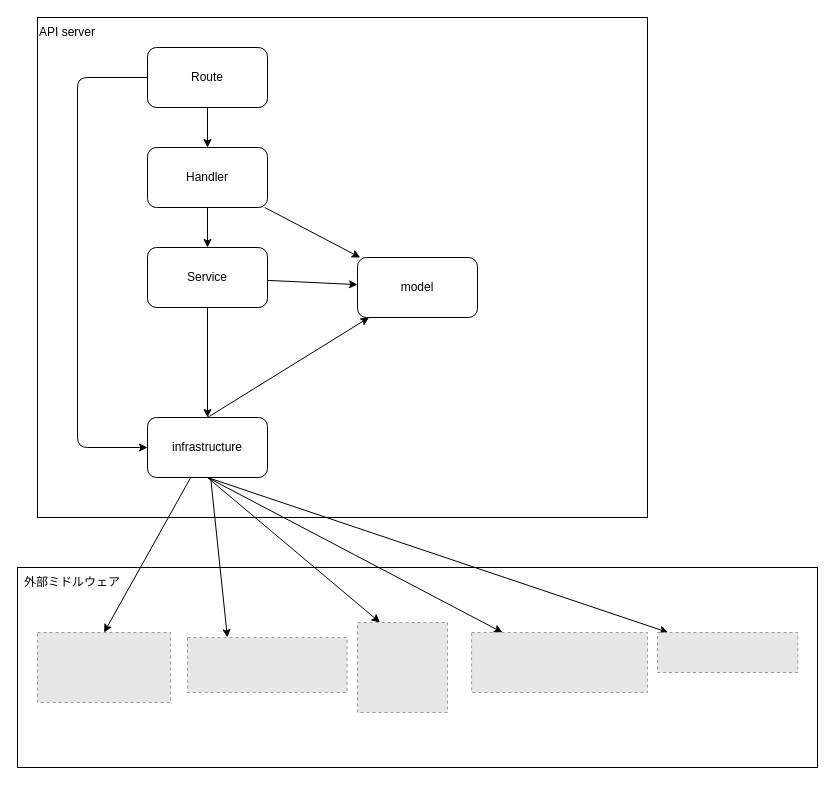
Earlier version of the draw.io diagram architecture.dio (takehanKosuke/go-gin-init-v2). Source tidied: cells renumbered, new cells numbered last; positions are measured from the earlier drawing's top-left corner, leaving out a move shared by most shapes. Both pictures are drawn from the tidied source at 100%, with x=0, y=0 at pixel (17, 17). Pictures stored in the file or linked from it are replaced by grey dashed boxes.
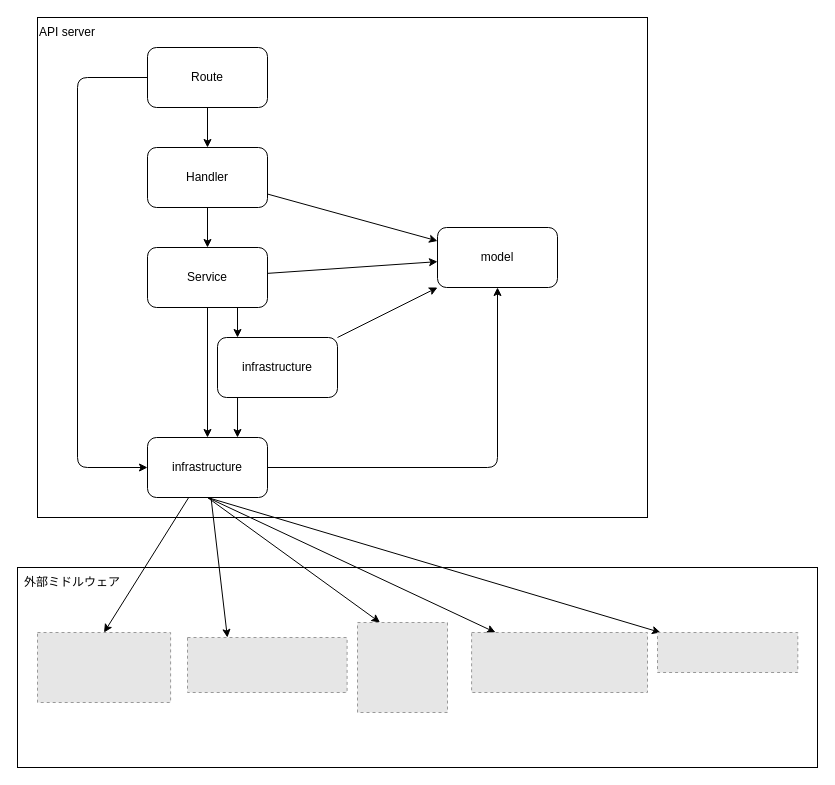
After the change.

Unchanged cells that the change refers to:
```xml
<mxCell id="9" value="Service" style="rounded=1;whiteSpace=wrap;html=1;" parent="1" vertex="1">
  <mxGeometry x="130" y="230" width="120" height="60" as="geometry" />
</mxCell>
<mxCell id="21" value="Route" style="rounded=1;whiteSpace=wrap;html=1;" parent="1" vertex="1">
  <mxGeometry x="130" y="30" width="120" height="60" as="geometry" />
</mxCell>
```

The edit, as a diff of the source:
```diff
@@
+    <mxCell id="28" style="edgeStyle=none;html=1;exitX=0.75;exitY=1;exitDx=0;exitDy=0;entryX=0.167;entryY=0;entryDx=0;entryDy=0;entryPerimeter=0;" parent="1" edge="1" source="9" target="31">
+      <mxGeometry relative="1" as="geometry" />
+    </mxCell>
@@
     <mxCell id="10" value="model" style="rounded=1;whiteSpace=wrap;html=1;" parent="1" vertex="1">
-      <mxGeometry x="340" y="240" width="120" height="60" as="geometry" />
+      <mxGeometry x="420" y="210" width="120" height="60" as="geometry" />
     </mxCell>
-    <mxCell id="11" style="edgeStyle=none;html=1;exitX=0.5;exitY=0;exitDx=0;exitDy=0;" parent="1" edge="1" source="17" target="10">
-      <mxGeometry relative="1" as="geometry" />
+    <mxCell id="11" style="edgeStyle=none;html=1;exitX=1;exitY=0.5;exitDx=0;exitDy=0;" parent="1" edge="1" source="17" target="10">
+      <mxGeometry relative="1" as="geometry">
+        <Array as="points">
+          <mxPoint x="480" y="450" />
+        </Array>
+      </mxGeometry>
     </mxCell>
@@
     <mxCell id="17" value="infrastructure" style="rounded=1;whiteSpace=wrap;html=1;" parent="1" vertex="1">
-      <mxGeometry x="130" y="400" width="120" height="60" as="geometry" />
+      <mxGeometry x="130" y="420" width="120" height="60" as="geometry" />
     </mxCell>
@@
     <mxCell id="20" style="edgeStyle=none;html=1;entryX=0;entryY=0.5;entryDx=0;entryDy=0;" parent="1" edge="1" source="21" target="17">
       <mxGeometry relative="1" as="geometry">
         <Array as="points">
           <mxPoint x="60" y="60" />
-          <mxPoint x="60" y="430" />
+          <mxPoint x="60" y="450" />
         </Array>
       </mxGeometry>
     </mxCell>
@@
+    <mxCell id="29" style="edgeStyle=none;html=1;entryX=0.75;entryY=0;entryDx=0;entryDy=0;exitX=0.167;exitY=0.983;exitDx=0;exitDy=0;exitPerimeter=0;" parent="1" edge="1" source="31" target="17">
+      <mxGeometry relative="1" as="geometry" />
+    </mxCell>
+    <mxCell id="30" style="edgeStyle=none;html=1;entryX=0;entryY=1;entryDx=0;entryDy=0;" parent="1" edge="1" source="31" target="10">
+      <mxGeometry relative="1" as="geometry" />
+    </mxCell>
+    <mxCell id="31" value="infrastructure" style="rounded=1;whiteSpace=wrap;html=1;" parent="1" vertex="1">
+      <mxGeometry x="200" y="320" width="120" height="60" as="geometry" />
+    </mxCell>
```
